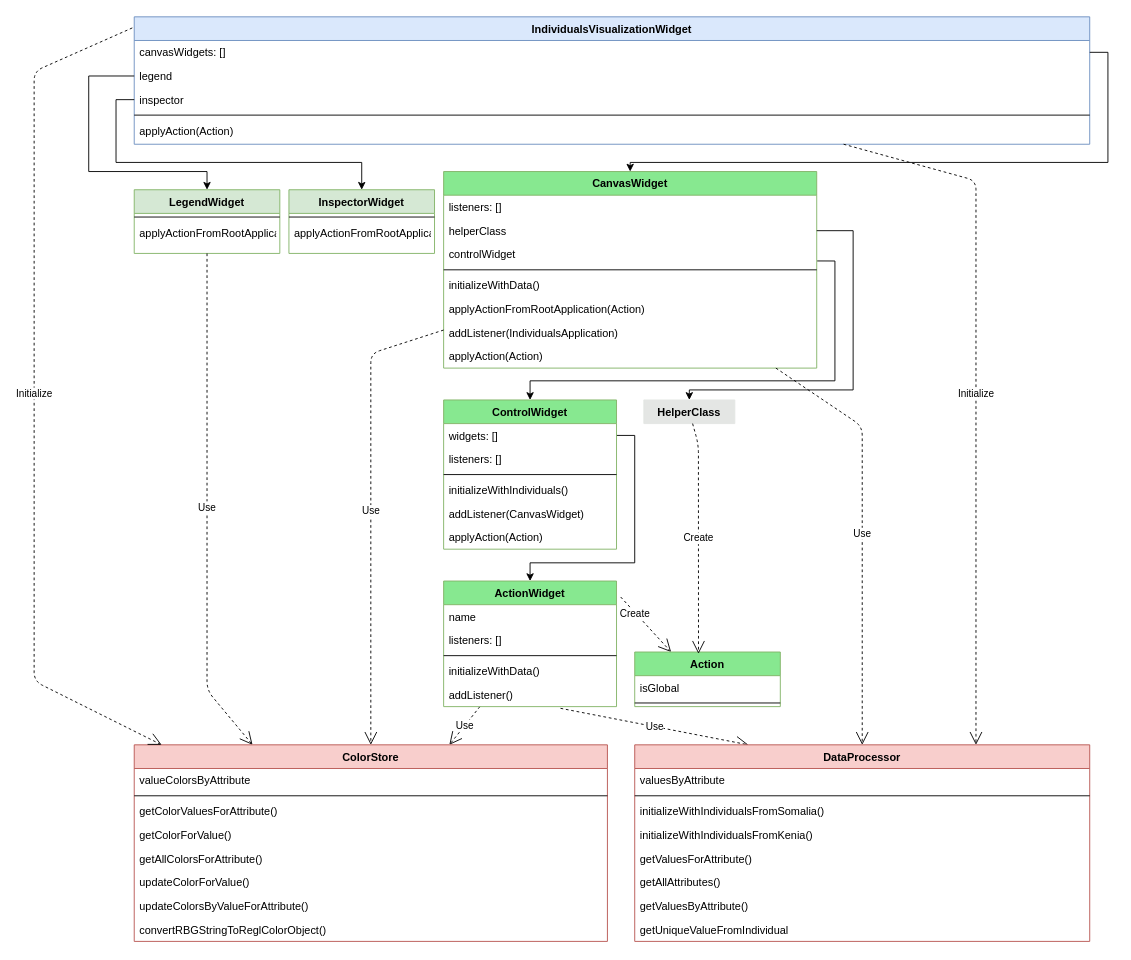
Before: doc/all-in-one-product/2020-04-07-class-diagram.drawio in hpi-swa-lab/BP2019RH1, a draw.io diagram. Source tidied: cells renumbered, new cells numbered last; positions are measured from the earlier drawing's top-left corner, leaving out a move shared by most shapes. Both pictures are drawn from the tidied source at 91%, with x=0, y=0 at pixel (34, 16).
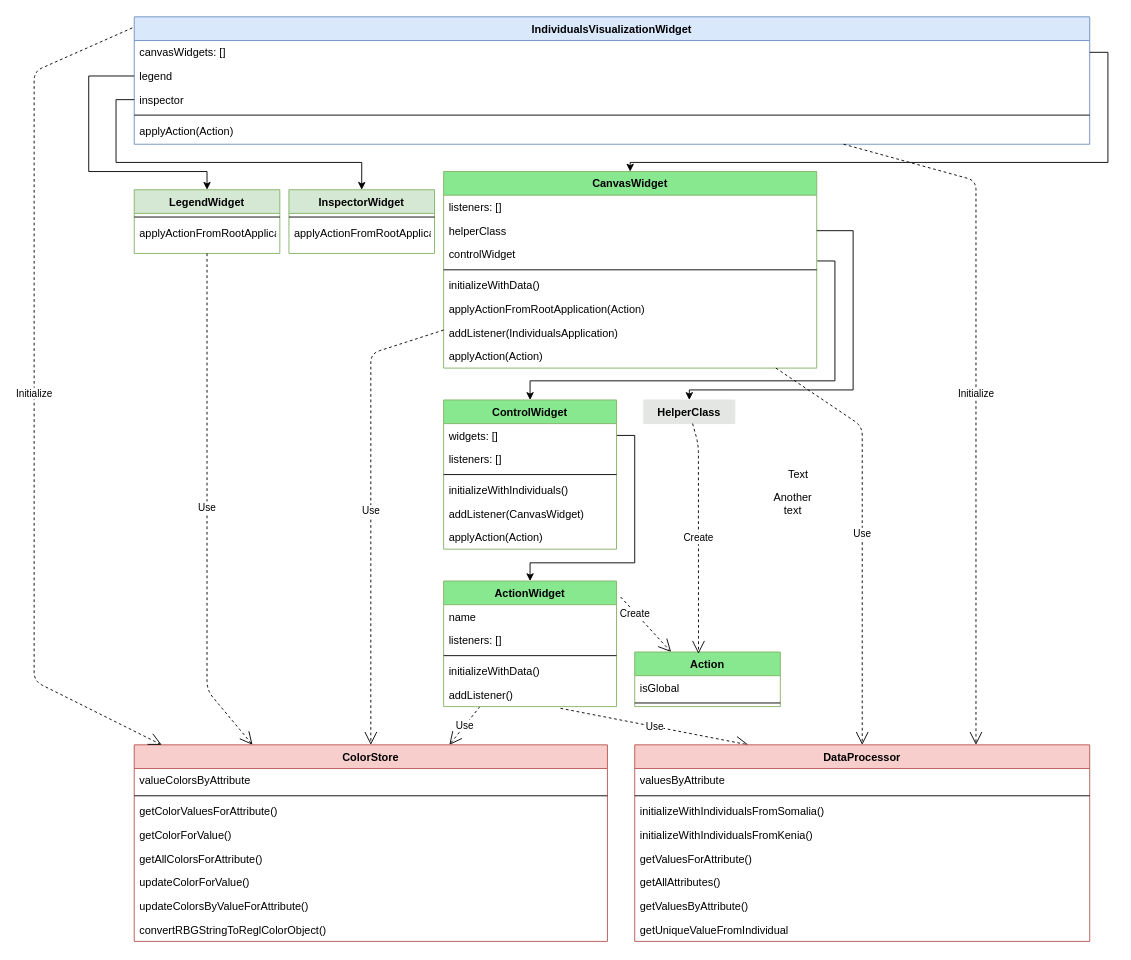
The same page after the edit.

What changed in the source:
```diff
@@
+    <mxCell id="73" value="Another text" style="text;html=1;strokeColor=none;fillColor=none;align=center;verticalAlign=middle;whiteSpace=wrap;rounded=0;" parent="1" vertex="1">
+      <mxGeometry x="814" y="525" width="40" height="20" as="geometry" />
+    </mxCell>
+    <mxCell id="74" value="Text" style="text;html=1;strokeColor=none;fillColor=none;align=center;verticalAlign=middle;whiteSpace=wrap;rounded=0;" parent="1" vertex="1">
+      <mxGeometry x="820" y="493" width="40" height="20" as="geometry" />
+    </mxCell>
```
